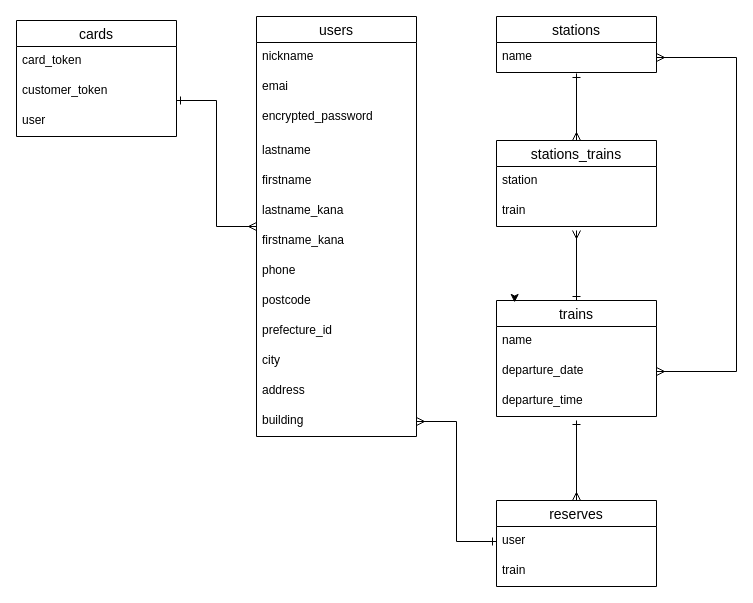
JUNSHIROBABA/reserved_app keeps this draw.io diagram as ER.dio. Above is the earlier version. Source tidied: cells renumbered, new cells numbered last; positions are measured from the earlier drawing's top-left corner, leaving out a move shared by most shapes. Both pictures are drawn from the tidied source at 100%, with x=0, y=0 at pixel (16, 16).
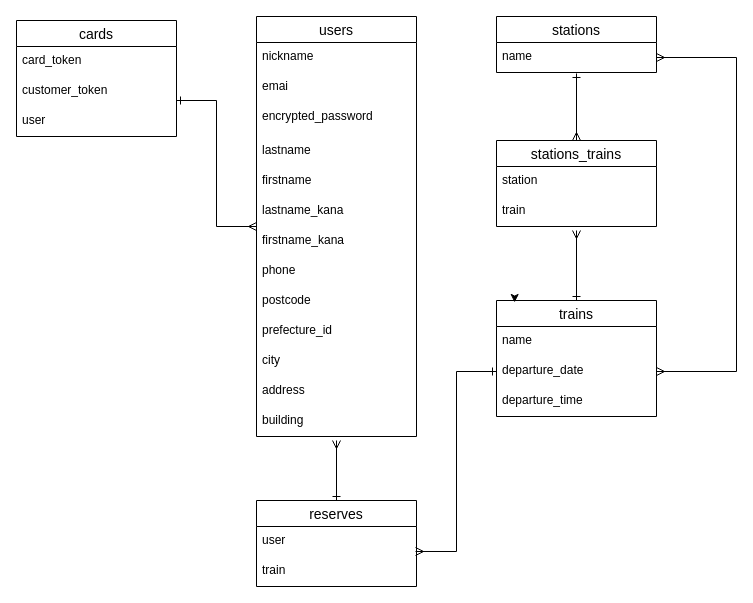
After the change.

The change refers to these unchanged cells:
```xml
<mxCell id="16" value="building" style="text;strokeColor=none;fillColor=none;spacingLeft=4;spacingRight=4;overflow=hidden;points=[[0,0.5],[1,0.5]];portConstraint=eastwest;fontSize=12;align=left;" parent="3" vertex="1">
  <mxGeometry y="390" width="160" height="30" as="geometry" />
</mxCell>
<mxCell id="23" value="user" style="text;strokeColor=none;fillColor=none;spacingLeft=4;spacingRight=4;overflow=hidden;points=[[0,0.5],[1,0.5]];portConstraint=eastwest;fontSize=12;" parent="22" vertex="1">
  <mxGeometry y="26" width="160" height="30" as="geometry" />
</mxCell>
<mxCell id="24" value="train" style="text;strokeColor=none;fillColor=none;spacingLeft=4;spacingRight=4;overflow=hidden;points=[[0,0.5],[1,0.5]];portConstraint=eastwest;fontSize=12;" parent="22" vertex="1">
  <mxGeometry y="56" width="160" height="30" as="geometry" />
</mxCell>
<mxCell id="30" value="departure_date" style="text;strokeColor=none;fillColor=none;spacingLeft=4;spacingRight=4;overflow=hidden;points=[[0,0.5],[1,0.5]];portConstraint=eastwest;fontSize=12;" parent="28" vertex="1">
  <mxGeometry y="56" width="160" height="30" as="geometry" />
</mxCell>
```

Change to the diagram source:
```diff
@@
-    <mxCell id="21" style="edgeStyle=orthogonalEdgeStyle;rounded=0;jettySize=auto;html=1;startArrow=ERmany;startFill=0;endArrow=ERone;endFill=0;" parent="1" edge="1" source="22">
-      <mxGeometry relative="1" as="geometry">
-        <mxPoint x="560" y="404" as="targetPoint" />
-      </mxGeometry>
-    </mxCell>
+    <mxCell id="39" style="edgeStyle=orthogonalEdgeStyle;rounded=0;jettySize=auto;html=1;startArrow=ERone;startFill=0;endArrow=ERmany;endFill=0;" parent="1" edge="1" source="22">
+      <mxGeometry relative="1" as="geometry">
+        <mxPoint x="320" y="424" as="targetPoint" />
+      </mxGeometry>
+    </mxCell>
     <mxCell id="22" value="reserves" style="swimlane;fontStyle=0;horizontal=1;startSize=26;align=center;fontSize=14;" parent="1" vertex="1">
-      <mxGeometry x="480" y="484" width="160" height="86" as="geometry" />
+      <mxGeometry x="240" y="484" width="160" height="86" as="geometry" />
     </mxCell>
@@
-    <mxCell id="37" style="edgeStyle=orthogonalEdgeStyle;rounded=0;jettySize=auto;html=1;exitX=1;exitY=0.5;exitDx=0;exitDy=0;entryX=0;entryY=0.5;entryDx=0;entryDy=0;startArrow=ERmany;startFill=0;endArrow=ERone;endFill=0;" parent="1" edge="1" source="16" target="23">
-      <mxGeometry relative="1" as="geometry" />
-    </mxCell>
@@
+    <mxCell id="40" style="edgeStyle=orthogonalEdgeStyle;rounded=0;jettySize=auto;html=1;entryX=0.994;entryY=-0.167;entryDx=0;entryDy=0;entryPerimeter=0;startArrow=ERone;startFill=0;endArrow=ERmany;endFill=0;" parent="1" edge="1" source="30" target="24">
+      <mxGeometry relative="1" as="geometry" />
+    </mxCell>
```
